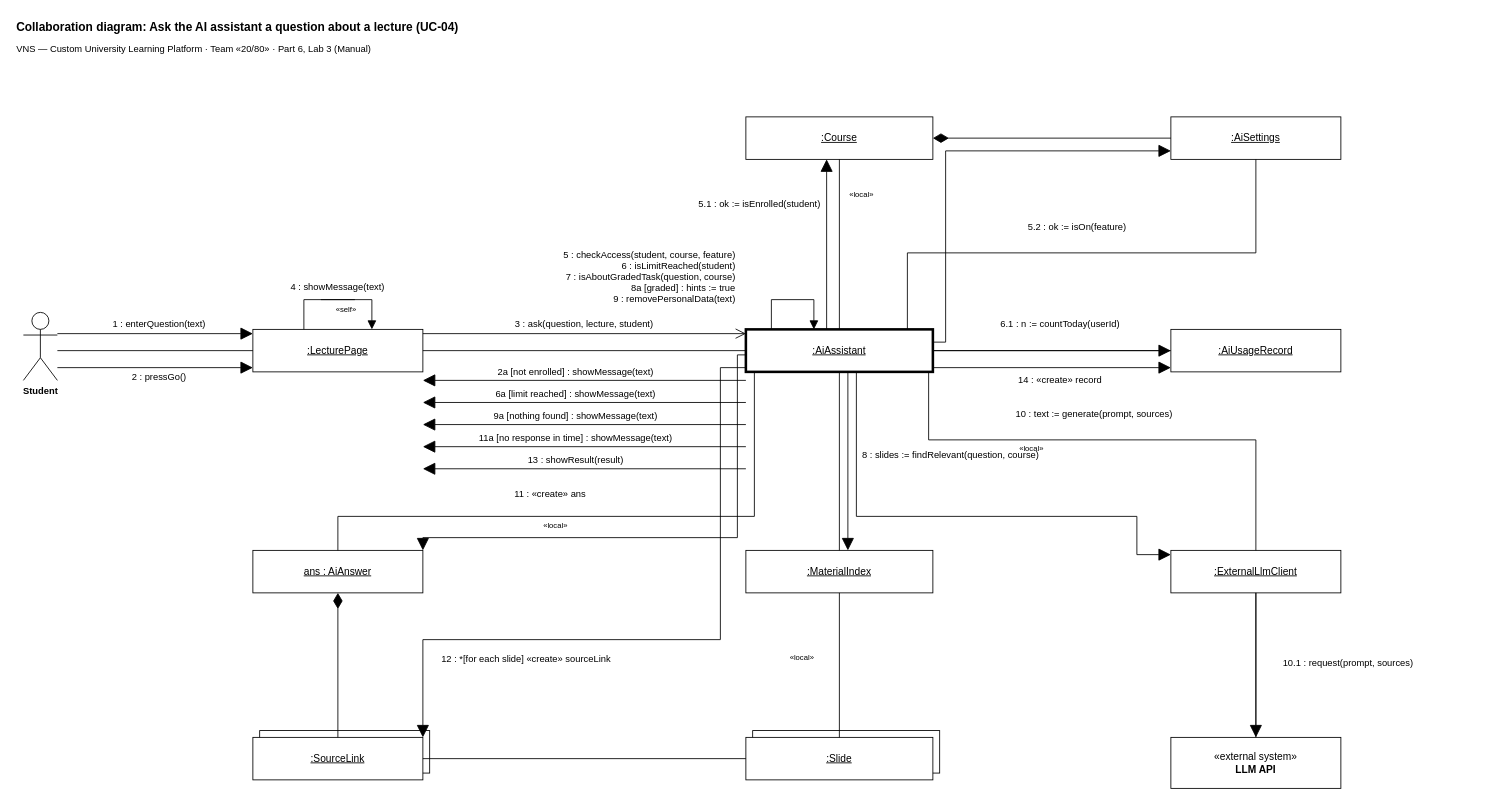
Earlier version of the draw.io diagram BA/Part 6_Diagramming UML-20260912/Done/Manual/Artifacts/1. Collaboration Diagram_VNS.drawio (yarikshevchuk/business-analysis). Source tidied: cells renumbered, new cells numbered last; positions are measured from the earlier drawing's top-left corner, leaving out a move shared by most shapes. Both pictures are drawn from the tidied source at 85%, with x=0, y=0 at pixel (14, 14).
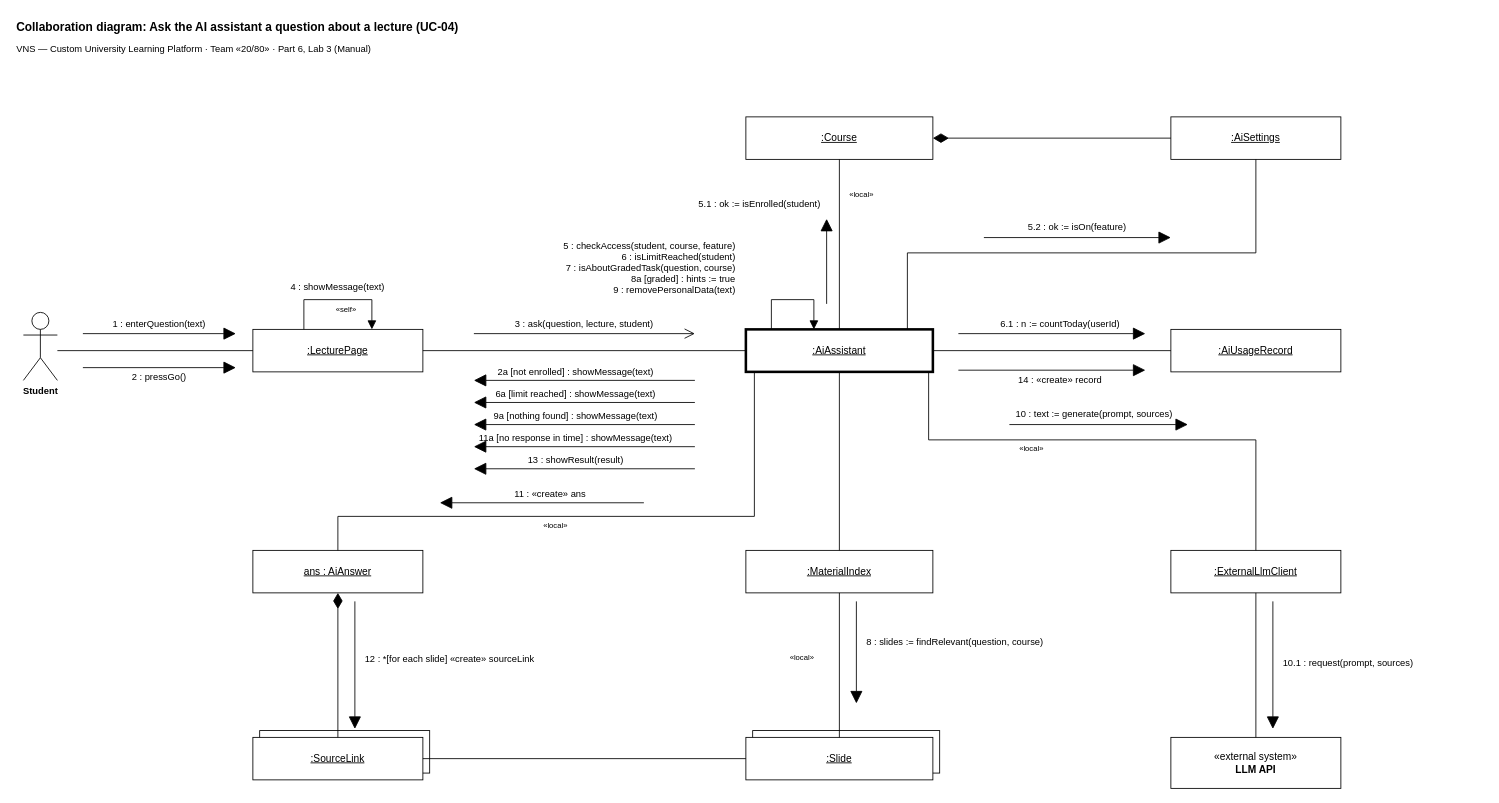
Above is the later version.

What changed in the source:
```diff
@@
-    <mxCell id="35" style="html=1;rounded=0;strokeColor=#000000;endArrow=block;endFill=1;endSize=8;" parent="1" edge="1">
+    <mxCell id="35" style="html=1;rounded=0;strokeColor=#000000;endArrow=none;" parent="1" edge="1">
       <mxGeometry relative="1" as="geometry">
-        <mxPoint x="340" y="335" as="sourcePoint" />
-        <mxPoint x="420" y="370" as="targetPoint" />
-        <Array as="points">
-          <mxPoint x="420" y="335" />
-        </Array>
+        <mxPoint x="340" y="370" as="sourcePoint" />
+        <mxPoint x="340" y="335" as="targetPoint" />
       </mxGeometry>
     </mxCell>
-    <mxCell id="36" style="html=1;rounded=0;strokeColor=#000000;endArrow=none;" parent="1" edge="1">
+    <mxCell id="36" style="html=1;rounded=0;strokeColor=#000000;endArrow=block;endFill=1;endSize=8;" parent="1" edge="1">
       <mxGeometry relative="1" as="geometry">
-        <mxPoint x="340" y="370" as="sourcePoint" />
-        <mxPoint x="340" y="335" as="targetPoint" />
+        <mxPoint x="340" y="335" as="sourcePoint" />
+        <mxPoint x="420" y="370" as="targetPoint" />
+        <Array as="points">
+          <mxPoint x="420" y="335" />
+        </Array>
       </mxGeometry>
     </mxCell>
@@
-    <mxCell id="38" style="html=1;rounded=0;strokeColor=#000000;endArrow=block;endFill=1;endSize=8;" parent="1" edge="1">
+    <mxCell id="38" style="html=1;rounded=0;strokeColor=#000000;endArrow=none;" parent="1" edge="1">
       <mxGeometry relative="1" as="geometry">
-        <mxPoint x="890" y="335" as="sourcePoint" />
-        <mxPoint x="940" y="370" as="targetPoint" />
-        <Array as="points">
-          <mxPoint x="940" y="335" />
-        </Array>
+        <mxPoint x="890" y="370" as="sourcePoint" />
+        <mxPoint x="890" y="335" as="targetPoint" />
       </mxGeometry>
     </mxCell>
-    <mxCell id="39" style="html=1;rounded=0;strokeColor=#000000;endArrow=none;" parent="1" edge="1">
+    <mxCell id="39" style="html=1;rounded=0;strokeColor=#000000;endArrow=block;endFill=1;endSize=8;" parent="1" edge="1">
       <mxGeometry relative="1" as="geometry">
-        <mxPoint x="890" y="370" as="sourcePoint" />
-        <mxPoint x="890" y="335" as="targetPoint" />
+        <mxPoint x="890" y="335" as="sourcePoint" />
+        <mxPoint x="940" y="370" as="targetPoint" />
+        <Array as="points">
+          <mxPoint x="940" y="335" />
+        </Array>
       </mxGeometry>
     </mxCell>
     <mxCell id="40" style="html=1;rounded=0;strokeColor=#000000;endArrow=block;endFill=1;endSize=12;" parent="1" edge="1">
       <mxGeometry relative="1" as="geometry">
-        <mxPoint x="50" y="375" as="sourcePoint" />
-        <mxPoint x="280" y="375" as="targetPoint" />
+        <mxPoint x="80" y="375" as="sourcePoint" />
+        <mxPoint x="260" y="375" as="targetPoint" />
       </mxGeometry>
     </mxCell>
@@
     <mxCell id="42" style="html=1;rounded=0;strokeColor=#000000;endArrow=block;endFill=1;endSize=12;" parent="1" edge="1">
       <mxGeometry relative="1" as="geometry">
-        <mxPoint x="50" y="415" as="sourcePoint" />
-        <mxPoint x="280" y="415" as="targetPoint" />
+        <mxPoint x="80" y="415" as="sourcePoint" />
+        <mxPoint x="260" y="415" as="targetPoint" />
       </mxGeometry>
     </mxCell>
@@
-    <mxCell id="44" style="html=1;rounded=0;strokeColor=#000000;endArrow=none;" parent="1" edge="1">
-      <mxGeometry relative="1" as="geometry">
-        <mxPoint x="360" y="335" as="sourcePoint" />
-        <mxPoint x="400" y="335" as="targetPoint" />
-      </mxGeometry>
-    </mxCell>
@@
-    <mxCell id="46" style="html=1;rounded=0;strokeColor=#000000;endArrow=open;endSize=10;" parent="1" edge="1">
-      <mxGeometry relative="1" as="geometry">
-        <mxPoint x="480" y="375" as="sourcePoint" />
-        <mxPoint x="860" y="375" as="targetPoint" />
-      </mxGeometry>
-    </mxCell>
+    <mxCell id="77" style="html=1;rounded=0;strokeColor=#000000;endArrow=open;endSize=10;" parent="1" edge="1">
+      <mxGeometry relative="1" as="geometry">
+        <mxPoint x="540" y="375" as="sourcePoint" />
+        <mxPoint x="800" y="375" as="targetPoint" />
+      </mxGeometry>
+    </mxCell>
@@
-    <mxCell id="48" style="html=1;rounded=0;strokeColor=#000000;endArrow=block;endFill=1;endSize=12;" parent="1" edge="1">
-      <mxGeometry relative="1" as="geometry">
-        <mxPoint x="860" y="430" as="sourcePoint" />
-        <mxPoint x="480" y="430" as="targetPoint" />
-      </mxGeometry>
-    </mxCell>
+    <mxCell id="78" style="html=1;rounded=0;strokeColor=#000000;endArrow=block;endFill=1;endSize=12;" parent="1" edge="1">
+      <mxGeometry relative="1" as="geometry">
+        <mxPoint x="800" y="430" as="sourcePoint" />
+        <mxPoint x="540" y="430" as="targetPoint" />
+      </mxGeometry>
+    </mxCell>
@@
-    <mxCell id="50" style="html=1;rounded=0;strokeColor=#000000;endArrow=block;endFill=1;endSize=12;" parent="1" edge="1">
-      <mxGeometry relative="1" as="geometry">
-        <mxPoint x="860" y="456" as="sourcePoint" />
-        <mxPoint x="480" y="456" as="targetPoint" />
-      </mxGeometry>
-    </mxCell>
+    <mxCell id="79" style="html=1;rounded=0;strokeColor=#000000;endArrow=block;endFill=1;endSize=12;" parent="1" edge="1">
+      <mxGeometry relative="1" as="geometry">
+        <mxPoint x="800" y="456" as="sourcePoint" />
+        <mxPoint x="540" y="456" as="targetPoint" />
+      </mxGeometry>
+    </mxCell>
@@
-    <mxCell id="52" style="html=1;rounded=0;strokeColor=#000000;endArrow=block;endFill=1;endSize=12;" parent="1" edge="1">
-      <mxGeometry relative="1" as="geometry">
-        <mxPoint x="860" y="482" as="sourcePoint" />
-        <mxPoint x="480" y="482" as="targetPoint" />
-      </mxGeometry>
-    </mxCell>
+    <mxCell id="80" style="html=1;rounded=0;strokeColor=#000000;endArrow=block;endFill=1;endSize=12;" parent="1" edge="1">
+      <mxGeometry relative="1" as="geometry">
+        <mxPoint x="800" y="482" as="sourcePoint" />
+        <mxPoint x="540" y="482" as="targetPoint" />
+      </mxGeometry>
+    </mxCell>
@@
-    <mxCell id="54" style="html=1;rounded=0;strokeColor=#000000;endArrow=block;endFill=1;endSize=12;" parent="1" edge="1">
-      <mxGeometry relative="1" as="geometry">
-        <mxPoint x="860" y="508" as="sourcePoint" />
-        <mxPoint x="480" y="508" as="targetPoint" />
-      </mxGeometry>
-    </mxCell>
+    <mxCell id="81" style="html=1;rounded=0;strokeColor=#000000;endArrow=block;endFill=1;endSize=12;" parent="1" edge="1">
+      <mxGeometry relative="1" as="geometry">
+        <mxPoint x="800" y="508" as="sourcePoint" />
+        <mxPoint x="540" y="508" as="targetPoint" />
+      </mxGeometry>
+    </mxCell>
@@
-    <mxCell id="56" style="html=1;rounded=0;strokeColor=#000000;endArrow=block;endFill=1;endSize=12;" parent="1" edge="1">
-      <mxGeometry relative="1" as="geometry">
-        <mxPoint x="860" y="534" as="sourcePoint" />
-        <mxPoint x="480" y="534" as="targetPoint" />
-      </mxGeometry>
-    </mxCell>
+    <mxCell id="82" style="html=1;rounded=0;strokeColor=#000000;endArrow=block;endFill=1;endSize=12;" parent="1" edge="1">
+      <mxGeometry relative="1" as="geometry">
+        <mxPoint x="800" y="534" as="sourcePoint" />
+        <mxPoint x="540" y="534" as="targetPoint" />
+      </mxGeometry>
+    </mxCell>
+    <mxCell id="83" value="13 : showResult(result)" style="text;html=1;align=center;verticalAlign=middle;fontSize=11;whiteSpace=wrap;" parent="1" vertex="1">
+      <mxGeometry x="500" y="516" width="320" height="16" as="geometry" />
+    </mxCell>
-    <mxCell id="57" value="13 : showResult(result)" style="text;html=1;align=center;verticalAlign=middle;fontSize=11;whiteSpace=wrap;" parent="1" vertex="1">
-      <mxGeometry x="500" y="516" width="320" height="16" as="geometry" />
+    <mxCell id="57" value="5 : checkAccess(student, course, feature)&lt;br&gt;6 : isLimitReached(student)&lt;br&gt;7 : isAboutGradedTask(question, course)&lt;br&gt;8a [graded] : hints := true&lt;br&gt;9 : removePersonalData(text)" style="text;html=1;align=right;verticalAlign=middle;fontSize=11;whiteSpace=wrap;" parent="1" vertex="1">
+      <mxGeometry x="500" y="252" width="350" height="92" as="geometry" />
     </mxCell>
-    <mxCell id="58" value="5 : checkAccess(student, course, feature)&lt;br&gt;6 : isLimitReached(student)&lt;br&gt;7 : isAboutGradedTask(question, course)&lt;br&gt;8a [graded] : hints := true&lt;br&gt;9 : removePersonalData(text)" style="text;html=1;align=right;verticalAlign=middle;fontSize=11;whiteSpace=wrap;" parent="1" vertex="1">
-      <mxGeometry x="520" y="262" width="330" height="92" as="geometry" />
-    </mxCell>
-    <mxCell id="59" style="html=1;rounded=0;strokeColor=#000000;endArrow=block;endFill=1;endSize=12;" parent="1" edge="1">
-      <mxGeometry relative="1" as="geometry">
-        <mxPoint x="955" y="370" as="sourcePoint" />
-        <mxPoint x="955" y="170" as="targetPoint" />
-      </mxGeometry>
-    </mxCell>
+    <mxCell id="84" style="html=1;rounded=0;strokeColor=#000000;endArrow=block;endFill=1;endSize=12;" parent="1" edge="1">
+      <mxGeometry relative="1" as="geometry">
+        <mxPoint x="955" y="340" as="sourcePoint" />
+        <mxPoint x="955" y="240" as="targetPoint" />
+      </mxGeometry>
+    </mxCell>
@@
-    <mxCell id="61" style="html=1;rounded=0;strokeColor=#000000;endArrow=block;endFill=1;endSize=12;" parent="1" edge="1">
-      <mxGeometry relative="1" as="geometry">
-        <mxPoint x="1080" y="385" as="sourcePoint" />
-        <mxPoint x="1360" y="160" as="targetPoint" />
-        <Array as="points">
-          <mxPoint x="1095" y="385" />
-          <mxPoint x="1095" y="160" />
-        </Array>
-      </mxGeometry>
-    </mxCell>
+    <mxCell id="85" style="html=1;rounded=0;strokeColor=#000000;endArrow=block;endFill=1;endSize=12;" parent="1" edge="1">
+      <mxGeometry relative="1" as="geometry">
+        <mxPoint x="1140" y="262" as="sourcePoint" />
+        <mxPoint x="1360" y="262" as="targetPoint" />
+      </mxGeometry>
+    </mxCell>
@@
-    <mxCell id="63" style="html=1;rounded=0;strokeColor=#000000;endArrow=block;endFill=1;endSize=12;" parent="1" edge="1">
-      <mxGeometry relative="1" as="geometry">
-        <mxPoint x="1080" y="395" as="sourcePoint" />
-        <mxPoint x="1360" y="395" as="targetPoint" />
-      </mxGeometry>
-    </mxCell>
+    <mxCell id="86" style="html=1;rounded=0;strokeColor=#000000;endArrow=block;endFill=1;endSize=12;" parent="1" edge="1">
+      <mxGeometry relative="1" as="geometry">
+        <mxPoint x="1110" y="375" as="sourcePoint" />
+        <mxPoint x="1330" y="375" as="targetPoint" />
+      </mxGeometry>
+    </mxCell>
@@
-    <mxCell id="65" style="html=1;rounded=0;strokeColor=#000000;endArrow=block;endFill=1;endSize=12;" parent="1" edge="1">
-      <mxGeometry relative="1" as="geometry">
-        <mxPoint x="1080" y="415" as="sourcePoint" />
-        <mxPoint x="1360" y="415" as="targetPoint" />
-      </mxGeometry>
-    </mxCell>
+    <mxCell id="87" style="html=1;rounded=0;strokeColor=#000000;endArrow=block;endFill=1;endSize=12;" parent="1" edge="1">
+      <mxGeometry relative="1" as="geometry">
+        <mxPoint x="1110" y="418" as="sourcePoint" />
+        <mxPoint x="1330" y="418" as="targetPoint" />
+      </mxGeometry>
+    </mxCell>
@@
-    <mxCell id="67" style="html=1;rounded=0;strokeColor=#000000;endArrow=block;endFill=1;endSize=12;" parent="1" edge="1">
-      <mxGeometry relative="1" as="geometry">
-        <mxPoint x="980" y="420" as="sourcePoint" />
-        <mxPoint x="980" y="630" as="targetPoint" />
-      </mxGeometry>
-    </mxCell>
+    <mxCell id="88" style="html=1;rounded=0;strokeColor=#000000;endArrow=block;endFill=1;endSize=12;" parent="1" edge="1">
+      <mxGeometry relative="1" as="geometry">
+        <mxPoint x="990" y="690" as="sourcePoint" />
+        <mxPoint x="990" y="810" as="targetPoint" />
+      </mxGeometry>
+    </mxCell>
     <mxCell id="68" value="8 : slides := findRelevant(question, course)" style="text;html=1;align=left;verticalAlign=middle;fontSize=11;whiteSpace=wrap;" parent="1" vertex="1">
-      <mxGeometry x="995" y="510" width="300" height="16" as="geometry" />
+      <mxGeometry x="1000" y="730" width="300" height="16" as="geometry" />
     </mxCell>
-    <mxCell id="69" style="html=1;rounded=0;strokeColor=#000000;endArrow=block;endFill=1;endSize=12;" parent="1" edge="1">
-      <mxGeometry relative="1" as="geometry">
-        <mxPoint x="990" y="420" as="sourcePoint" />
-        <mxPoint x="1360" y="635" as="targetPoint" />
-        <Array as="points">
-          <mxPoint x="990" y="590" />
-          <mxPoint x="1320" y="590" />
-          <mxPoint x="1320" y="635" />
-        </Array>
-      </mxGeometry>
-    </mxCell>
+    <mxCell id="89" style="html=1;rounded=0;strokeColor=#000000;endArrow=block;endFill=1;endSize=12;" parent="1" edge="1">
+      <mxGeometry relative="1" as="geometry">
+        <mxPoint x="1170" y="482" as="sourcePoint" />
+        <mxPoint x="1380" y="482" as="targetPoint" />
+      </mxGeometry>
+    </mxCell>
@@
-    <mxCell id="71" style="html=1;rounded=0;strokeColor=#000000;endArrow=block;endFill=1;endSize=12;" parent="1" edge="1">
-      <mxGeometry relative="1" as="geometry">
-        <mxPoint x="1460" y="680" as="sourcePoint" />
-        <mxPoint x="1460" y="850" as="targetPoint" />
-      </mxGeometry>
-    </mxCell>
+    <mxCell id="90" style="html=1;rounded=0;strokeColor=#000000;endArrow=block;endFill=1;endSize=12;" parent="1" edge="1">
+      <mxGeometry relative="1" as="geometry">
+        <mxPoint x="1480" y="690" as="sourcePoint" />
+        <mxPoint x="1480" y="840" as="targetPoint" />
+      </mxGeometry>
+    </mxCell>
@@
-    <mxCell id="73" style="html=1;rounded=0;strokeColor=#000000;endArrow=block;endFill=1;endSize=12;" parent="1" edge="1">
-      <mxGeometry relative="1" as="geometry">
-        <mxPoint x="860" y="400" as="sourcePoint" />
-        <mxPoint x="480" y="630" as="targetPoint" />
-        <Array as="points">
-          <mxPoint x="850" y="400" />
-          <mxPoint x="850" y="615" />
-          <mxPoint x="480" y="615" />
-        </Array>
-      </mxGeometry>
-    </mxCell>
+    <mxCell id="91" style="html=1;rounded=0;strokeColor=#000000;endArrow=block;endFill=1;endSize=12;" parent="1" edge="1">
+      <mxGeometry relative="1" as="geometry">
+        <mxPoint x="740" y="574" as="sourcePoint" />
+        <mxPoint x="500" y="574" as="targetPoint" />
+      </mxGeometry>
+    </mxCell>
@@
-    <mxCell id="75" style="html=1;rounded=0;strokeColor=#000000;endArrow=block;endFill=1;endSize=12;" parent="1" edge="1">
-      <mxGeometry relative="1" as="geometry">
-        <mxPoint x="860" y="415" as="sourcePoint" />
-        <mxPoint x="480" y="850" as="targetPoint" />
-        <Array as="points">
-          <mxPoint x="830" y="415" />
-          <mxPoint x="830" y="735" />
-          <mxPoint x="480" y="735" />
-        </Array>
-      </mxGeometry>
-    </mxCell>
+    <mxCell id="92" style="html=1;rounded=0;strokeColor=#000000;endArrow=block;endFill=1;endSize=12;" parent="1" edge="1">
+      <mxGeometry relative="1" as="geometry">
+        <mxPoint x="400" y="690" as="sourcePoint" />
+        <mxPoint x="400" y="840" as="targetPoint" />
+      </mxGeometry>
+    </mxCell>
     <mxCell id="76" value="12 : *[for each slide] «create» sourceLink" style="text;html=1;align=left;verticalAlign=middle;fontSize=11;whiteSpace=wrap;" parent="1" vertex="1">
-      <mxGeometry x="500" y="750" width="300" height="16" as="geometry" />
+      <mxGeometry x="410" y="750" width="300" height="16" as="geometry" />
     </mxCell>
```
